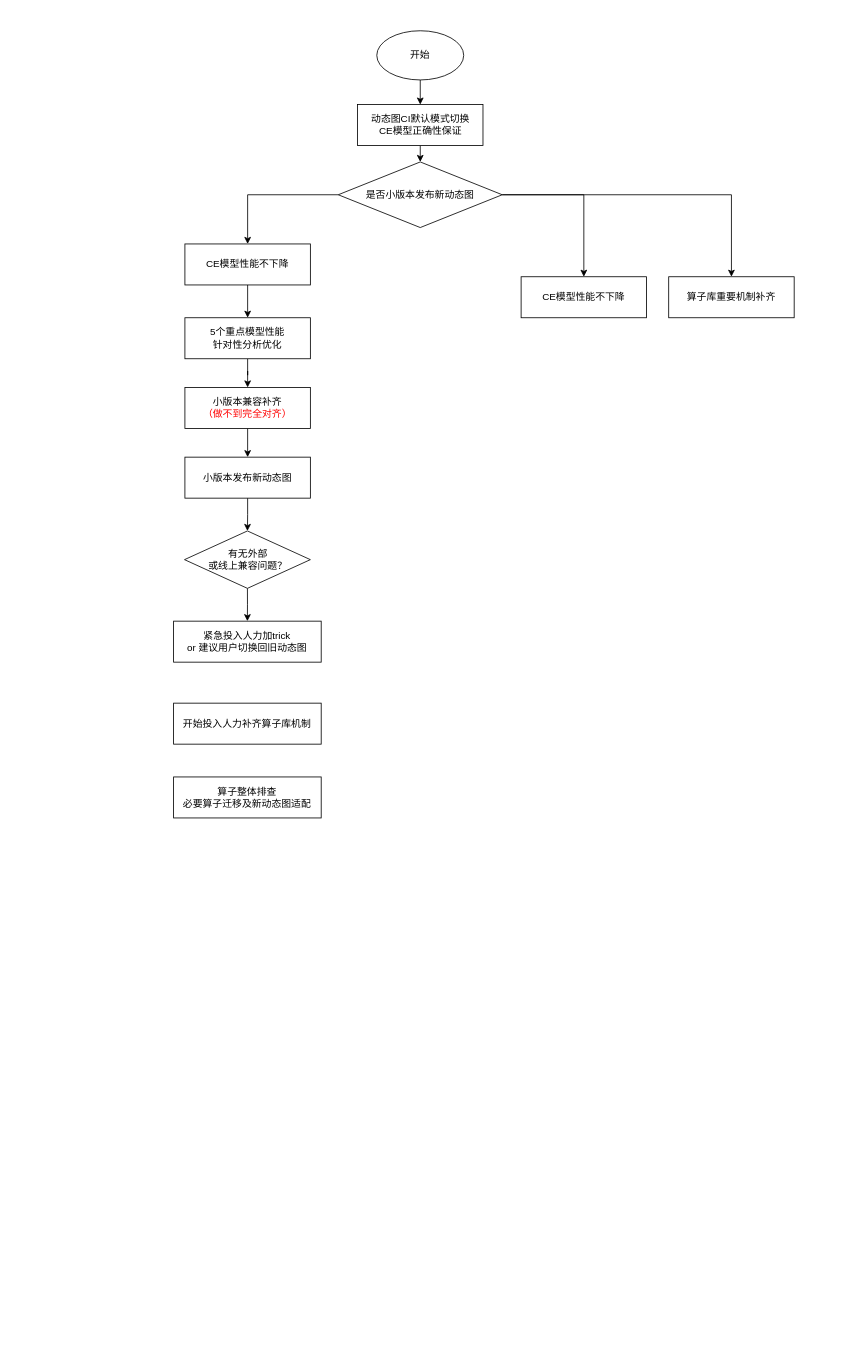
Before: project.drawio in chenwhql/diagrams, a draw.io diagram. Source tidied: cells renumbered, new cells numbered last; positions are measured from the earlier drawing's top-left corner, leaving out a move shared by most shapes. Both pictures are drawn from the tidied source at 82%, with x=0, y=0 at pixel (173, 30).
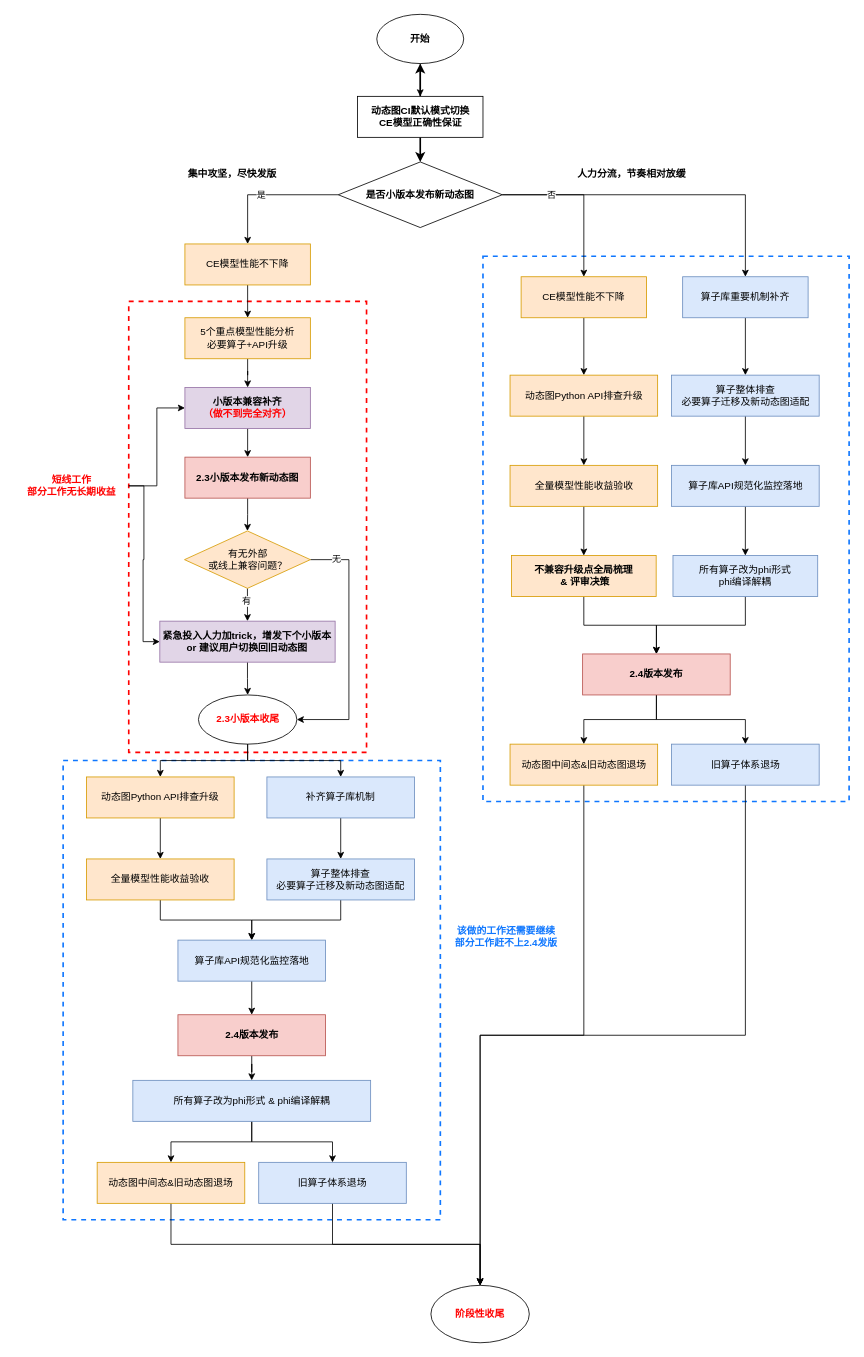
The same page after the edit.

The change refers to these unchanged cells:
```xml
<mxCell id="6" style="edgeStyle=orthogonalEdgeStyle;rounded=0;jettySize=auto;html=1;exitX=0;exitY=0.5;exitDx=0;exitDy=0;fontColor=#FF0000;" parent="1" edge="1" source="9" target="13">
  <mxGeometry relative="1" as="geometry" />
</mxCell>
<mxCell id="8" style="edgeStyle=orthogonalEdgeStyle;rounded=0;jettySize=auto;html=1;exitX=1;exitY=0.5;exitDx=0;exitDy=0;fontColor=#FF0000;" parent="1" edge="1" source="9" target="11">
  <mxGeometry relative="1" as="geometry" />
</mxCell>
<mxCell id="20" style="edgeStyle=orthogonalEdgeStyle;rounded=0;jettySize=auto;html=1;exitX=0.5;exitY=1;exitDx=0;exitDy=0;entryX=0.5;entryY=0;entryDx=0;entryDy=0;fontColor=#FF0000;" parent="1" edge="1" source="21" target="22">
  <mxGeometry relative="1" as="geometry" />
</mxCell>
```

Change to the diagram source:
```diff
@@
+    <mxCell id="25" style="rounded=0;whiteSpace=wrap;html=1;fontColor=#FF0000;fillColor=none;dashed=1;strokeColor=#0F77FF;strokeWidth=2;" parent="1" vertex="1">
+      <mxGeometry x="-134.5" y="890" width="460" height="560" as="geometry" />
+    </mxCell>
+    <mxCell id="26" style="rounded=0;whiteSpace=wrap;html=1;fontColor=#FF0000;fillColor=none;dashed=1;strokeColor=#0F77FF;strokeWidth=2;" parent="1" vertex="1">
+      <mxGeometry x="377.5" y="275" width="446.5" height="665" as="geometry" />
+    </mxCell>
+    <mxCell id="27" style="rounded=0;whiteSpace=wrap;html=1;fontColor=#FF0000;fillColor=none;dashed=1;strokeColor=#FF0000;strokeWidth=2;" parent="1" vertex="1">
+      <mxGeometry x="-54.5" y="330" width="290" height="550" as="geometry" />
+    </mxCell>
@@
-    <mxCell id="3" value="开始" style="ellipse;whiteSpace=wrap;html=1;" parent="1" vertex="1">
-      <mxGeometry x="248" width="106" height="60" as="geometry" />
+    <mxCell id="3" value="开始" style="ellipse;whiteSpace=wrap;html=1;fontStyle=1;" parent="1" vertex="1">
+      <mxGeometry x="248" y="-20" width="106" height="60" as="geometry" />
     </mxCell>
-    <mxCell id="4" style="edgeStyle=orthogonalEdgeStyle;rounded=0;jettySize=auto;html=1;exitX=0.5;exitY=1;exitDx=0;exitDy=0;entryX=0.5;entryY=0;entryDx=0;entryDy=0;" parent="1" edge="1" source="5" target="9">
+    <mxCell id="4" style="edgeStyle=orthogonalEdgeStyle;rounded=0;jettySize=auto;html=1;exitX=0.5;exitY=1;exitDx=0;exitDy=0;entryX=0.5;entryY=0;entryDx=0;entryDy=0;strokeWidth=2;" parent="1" edge="1" source="5" target="9">
       <mxGeometry relative="1" as="geometry" />
     </mxCell>
+    <mxCell id="28" style="edgeStyle=orthogonalEdgeStyle;rounded=0;jettySize=auto;html=1;fontColor=#CC99FF;strokeWidth=2;" parent="1" edge="1" source="5" target="3">
+      <mxGeometry relative="1" as="geometry" />
+    </mxCell>
-    <mxCell id="5" value="动态图CI默认模式切换&lt;br&gt;CE模型正确性保证" style="rounded=0;whiteSpace=wrap;html=1;" parent="1" vertex="1">
-      <mxGeometry x="224.5" y="90" width="153" height="50" as="geometry" />
+    <mxCell id="5" value="动态图CI默认模式切换&lt;br&gt;CE模型正确性保证" style="rounded=0;whiteSpace=wrap;html=1;fontStyle=1;" parent="1" vertex="1">
+      <mxGeometry x="224.5" y="80" width="153" height="50" as="geometry" />
     </mxCell>
@@
+    <mxCell id="29" value="&lt;font color=&quot;#000000&quot;&gt;是&lt;/font&gt;" style="edgeLabel;html=1;align=center;verticalAlign=middle;fontColor=#CC99FF;" parent="6" vertex="1">
+      <mxGeometry x="0.12" relative="1" as="geometry" />
+    </mxCell>
@@
+    <mxCell id="30" value="否" style="edgeLabel;html=1;align=center;verticalAlign=middle;fontColor=#000000;" parent="8" vertex="1">
+      <mxGeometry x="-0.7" relative="1" as="geometry" />
+    </mxCell>
-    <mxCell id="9" value="是否小版本发布新动态图" style="rhombus;whiteSpace=wrap;html=1;" parent="1" vertex="1">
+    <mxCell id="9" value="是否小版本发布新动态图" style="rhombus;whiteSpace=wrap;html=1;fontStyle=1;" parent="1" vertex="1">
       <mxGeometry x="201" y="160" width="200" height="80" as="geometry" />
     </mxCell>
+    <mxCell id="31" style="edgeStyle=orthogonalEdgeStyle;rounded=0;jettySize=auto;html=1;exitX=0.5;exitY=1;exitDx=0;exitDy=0;fontColor=#FF0000;" parent="1" edge="1" source="10" target="44">
+      <mxGeometry relative="1" as="geometry" />
+    </mxCell>
-    <mxCell id="10" value="CE模型性能不下降" style="rounded=0;whiteSpace=wrap;html=1;" parent="1" vertex="1">
+    <mxCell id="10" value="CE模型性能不下降" style="rounded=0;whiteSpace=wrap;html=1;fillColor=#ffe6cc;strokeColor=#d79b00;" parent="1" vertex="1">
       <mxGeometry x="424" y="300" width="153" height="50" as="geometry" />
     </mxCell>
+    <mxCell id="32" style="edgeStyle=orthogonalEdgeStyle;rounded=0;jettySize=auto;html=1;exitX=0.5;exitY=1;exitDx=0;exitDy=0;fontColor=#FF0000;" parent="1" edge="1" source="11" target="40">
+      <mxGeometry relative="1" as="geometry" />
+    </mxCell>
-    <mxCell id="11" value="算子库重要机制补齐" style="rounded=0;whiteSpace=wrap;html=1;" parent="1" vertex="1">
-      <mxGeometry x="604" y="300" width="153" height="50" as="geometry" />
+    <mxCell id="11" value="算子库重要机制补齐" style="rounded=0;whiteSpace=wrap;html=1;fillColor=#dae8fc;strokeColor=#6c8ebf;" parent="1" vertex="1">
+      <mxGeometry x="621" y="300" width="153" height="50" as="geometry" />
     </mxCell>
@@
-    <mxCell id="13" value="CE模型性能不下降" style="rounded=0;whiteSpace=wrap;html=1;" parent="1" vertex="1">
+    <mxCell id="13" value="CE模型性能不下降" style="rounded=0;whiteSpace=wrap;html=1;fillColor=#ffe6cc;strokeColor=#d79b00;" parent="1" vertex="1">
       <mxGeometry x="14" y="260" width="153" height="50" as="geometry" />
     </mxCell>
@@
-    <mxCell id="15" value="5个重点模型性能&lt;br&gt;针对性分析优化" style="rounded=0;whiteSpace=wrap;html=1;" parent="1" vertex="1">
+    <mxCell id="15" value="5个重点模型性能分析&lt;br&gt;必要算子+API升级" style="rounded=0;whiteSpace=wrap;html=1;fillColor=#ffe6cc;strokeColor=#d79b00;" parent="1" vertex="1">
       <mxGeometry x="14" y="350" width="153" height="50" as="geometry" />
     </mxCell>
@@
-    <mxCell id="17" value="小版本兼容补齐&lt;br&gt;&lt;font color=&quot;#ff0000&quot;&gt;（做不到完全对齐）&lt;/font&gt;" style="rounded=0;whiteSpace=wrap;html=1;" parent="1" vertex="1">
+    <mxCell id="17" value="小版本兼容补齐&lt;br&gt;&lt;font color=&quot;#ff0000&quot;&gt;（做不到完全对齐）&lt;/font&gt;" style="rounded=0;whiteSpace=wrap;html=1;fillColor=#e1d5e7;strokeColor=#9673a6;fontStyle=1;" parent="1" vertex="1">
       <mxGeometry x="14" y="435" width="153" height="50" as="geometry" />
     </mxCell>
@@
-    <mxCell id="19" value="小版本发布新动态图" style="rounded=0;whiteSpace=wrap;html=1;" parent="1" vertex="1">
+    <mxCell id="19" value="2.3小版本发布新动态图" style="rounded=0;whiteSpace=wrap;html=1;fillColor=#f8cecc;strokeColor=#b85450;fontStyle=1;" parent="1" vertex="1">
       <mxGeometry x="14" y="520" width="153" height="50" as="geometry" />
     </mxCell>
@@
+    <mxCell id="33" value="有" style="edgeLabel;html=1;align=center;verticalAlign=middle;fontColor=#000000;" parent="20" vertex="1">
+      <mxGeometry x="-0.26" y="-2" relative="1" as="geometry" />
+    </mxCell>
+    <mxCell id="34" style="edgeStyle=orthogonalEdgeStyle;rounded=0;jettySize=auto;html=1;exitX=1;exitY=0.5;exitDx=0;exitDy=0;entryX=1;entryY=0.5;entryDx=0;entryDy=0;fontColor=#000000;strokeWidth=1;" parent="1" edge="1" source="21" target="73">
+      <mxGeometry relative="1" as="geometry">
+        <Array as="points">
+          <mxPoint x="214" y="645" />
+          <mxPoint x="214" y="840" />
+        </Array>
+      </mxGeometry>
+    </mxCell>
+    <mxCell id="35" value="无" style="edgeLabel;html=1;align=center;verticalAlign=middle;fontColor=#000000;" parent="34" vertex="1">
+      <mxGeometry x="-0.8" y="2" relative="1" as="geometry" />
+    </mxCell>
-    <mxCell id="21" value="有无外部&lt;br&gt;或线上兼容问题？" style="rhombus;whiteSpace=wrap;html=1;" parent="1" vertex="1">
+    <mxCell id="21" value="有无外部&lt;br&gt;或线上兼容问题？" style="rhombus;whiteSpace=wrap;html=1;fillColor=#ffe6cc;strokeColor=#d79b00;" parent="1" vertex="1">
       <mxGeometry x="13.5" y="610" width="153.5" height="70" as="geometry" />
     </mxCell>
+    <mxCell id="36" style="edgeStyle=orthogonalEdgeStyle;rounded=0;jettySize=auto;html=1;exitX=0.5;exitY=1;exitDx=0;exitDy=0;entryX=0.5;entryY=0;entryDx=0;entryDy=0;fontColor=#FF0000;" parent="1" edge="1" source="22" target="73">
+      <mxGeometry relative="1" as="geometry" />
+    </mxCell>
-    <mxCell id="22" value="紧急投入人力加trick&lt;br&gt;or 建议用户切换回旧动态图" style="rounded=0;whiteSpace=wrap;html=1;" parent="1" vertex="1">
-      <mxGeometry x="0.2" y="720" width="180" height="50" as="geometry" />
+    <mxCell id="22" value="紧急投入人力加trick，增发下个小版本&lt;br&gt;or 建议用户切换回旧动态图" style="rounded=0;whiteSpace=wrap;html=1;fillColor=#e1d5e7;strokeColor=#9673a6;fontStyle=1;" parent="1" vertex="1">
+      <mxGeometry x="-16.6" y="720" width="213.8" height="50" as="geometry" />
     </mxCell>
+    <mxCell id="37" style="edgeStyle=orthogonalEdgeStyle;rounded=0;jettySize=auto;html=1;exitX=0.5;exitY=1;exitDx=0;exitDy=0;fontColor=#FF0000;" parent="1" edge="1" source="23" target="24">
+      <mxGeometry relative="1" as="geometry" />
+    </mxCell>
-    <mxCell id="23" value="开始投入人力补齐算子库机制" style="rounded=0;whiteSpace=wrap;html=1;" parent="1" vertex="1">
-      <mxGeometry x="0.2" y="820" width="180" height="50" as="geometry" />
+    <mxCell id="23" value="补齐算子库机制" style="rounded=0;whiteSpace=wrap;html=1;fillColor=#dae8fc;strokeColor=#6c8ebf;" parent="1" vertex="1">
+      <mxGeometry x="114" y="910" width="180" height="50" as="geometry" />
     </mxCell>
+    <mxCell id="38" style="edgeStyle=orthogonalEdgeStyle;rounded=0;jettySize=auto;html=1;exitX=0.5;exitY=1;exitDx=0;exitDy=0;entryX=0.5;entryY=0;entryDx=0;entryDy=0;fontColor=#FF0000;" parent="1" edge="1" source="24" target="70">
+      <mxGeometry relative="1" as="geometry" />
+    </mxCell>
-    <mxCell id="24" value="算子整体排查&lt;br&gt;必要算子迁移及新动态图适配" style="rounded=0;whiteSpace=wrap;html=1;" parent="1" vertex="1">
-      <mxGeometry x="0.2" y="910" width="180" height="50" as="geometry" />
+    <mxCell id="24" value="算子整体排查&lt;br&gt;必要算子迁移及新动态图适配" style="rounded=0;whiteSpace=wrap;html=1;fillColor=#dae8fc;strokeColor=#6c8ebf;" parent="1" vertex="1">
+      <mxGeometry x="114" y="1010" width="180" height="50" as="geometry" />
     </mxCell>
+    <mxCell id="39" style="edgeStyle=orthogonalEdgeStyle;rounded=0;jettySize=auto;html=1;exitX=0.5;exitY=1;exitDx=0;exitDy=0;entryX=0.5;entryY=0;entryDx=0;entryDy=0;fontColor=#FF0000;" parent="1" edge="1" source="40" target="46">
+      <mxGeometry relative="1" as="geometry" />
+    </mxCell>
+    <mxCell id="40" value="算子整体排查&lt;br&gt;必要算子迁移及新动态图适配" style="rounded=0;whiteSpace=wrap;html=1;fillColor=#dae8fc;strokeColor=#6c8ebf;" parent="1" vertex="1">
+      <mxGeometry x="607.5" y="420" width="180" height="50" as="geometry" />
+    </mxCell>
+    <mxCell id="41" style="edgeStyle=orthogonalEdgeStyle;rounded=0;jettySize=auto;html=1;exitX=0.5;exitY=1;exitDx=0;exitDy=0;entryX=0.5;entryY=0;entryDx=0;entryDy=0;fontColor=#FF0000;" parent="1" edge="1" source="42" target="50">
+      <mxGeometry relative="1" as="geometry" />
+    </mxCell>
+    <mxCell id="42" value="动态图Python API排查升级" style="rounded=0;whiteSpace=wrap;html=1;fillColor=#ffe6cc;strokeColor=#d79b00;" parent="1" vertex="1">
+      <mxGeometry x="-106" y="910" width="180" height="50" as="geometry" />
+    </mxCell>
+    <mxCell id="43" style="edgeStyle=orthogonalEdgeStyle;rounded=0;jettySize=auto;html=1;exitX=0.5;exitY=1;exitDx=0;exitDy=0;fontColor=#FF0000;" parent="1" edge="1" source="44" target="48">
+      <mxGeometry relative="1" as="geometry" />
+    </mxCell>
+    <mxCell id="44" value="动态图Python API排查升级" style="rounded=0;whiteSpace=wrap;html=1;fillColor=#ffe6cc;strokeColor=#d79b00;" parent="1" vertex="1">
+      <mxGeometry x="410.5" y="420" width="180" height="50" as="geometry" />
+    </mxCell>
+    <mxCell id="45" style="edgeStyle=orthogonalEdgeStyle;rounded=0;jettySize=auto;html=1;exitX=0.5;exitY=1;exitDx=0;exitDy=0;entryX=0.5;entryY=0;entryDx=0;entryDy=0;fontColor=#FF0000;" parent="1" edge="1" source="46" target="52">
+      <mxGeometry relative="1" as="geometry" />
+    </mxCell>
+    <mxCell id="46" value="算子库API规范化监控落地" style="rounded=0;whiteSpace=wrap;html=1;fillColor=#dae8fc;strokeColor=#6c8ebf;" parent="1" vertex="1">
+      <mxGeometry x="607.5" y="530" width="180" height="50" as="geometry" />
+    </mxCell>
+    <mxCell id="47" style="edgeStyle=orthogonalEdgeStyle;rounded=0;jettySize=auto;html=1;exitX=0.5;exitY=1;exitDx=0;exitDy=0;entryX=0.5;entryY=0;entryDx=0;entryDy=0;fontColor=#FF0000;" parent="1" edge="1" source="48" target="79">
+      <mxGeometry relative="1" as="geometry" />
+    </mxCell>
+    <mxCell id="48" value="全量模型性能收益验收" style="rounded=0;whiteSpace=wrap;html=1;fillColor=#ffe6cc;strokeColor=#d79b00;" parent="1" vertex="1">
+      <mxGeometry x="410.5" y="530" width="180" height="50" as="geometry" />
+    </mxCell>
+    <mxCell id="49" style="edgeStyle=orthogonalEdgeStyle;rounded=0;jettySize=auto;html=1;exitX=0.5;exitY=1;exitDx=0;exitDy=0;entryX=0.5;entryY=0;entryDx=0;entryDy=0;fontColor=#FF0000;" parent="1" edge="1" source="50" target="70">
+      <mxGeometry relative="1" as="geometry" />
+    </mxCell>
+    <mxCell id="50" value="全量模型性能收益验收" style="rounded=0;whiteSpace=wrap;html=1;fillColor=#ffe6cc;strokeColor=#d79b00;" parent="1" vertex="1">
+      <mxGeometry x="-106" y="1010" width="180" height="50" as="geometry" />
+    </mxCell>
+    <mxCell id="51" style="edgeStyle=orthogonalEdgeStyle;rounded=0;jettySize=auto;html=1;exitX=0.5;exitY=1;exitDx=0;exitDy=0;fontColor=#FF0000;" parent="1" edge="1" source="52" target="59">
+      <mxGeometry relative="1" as="geometry" />
+    </mxCell>
+    <mxCell id="52" value="所有算子改为phi形式&lt;br&gt;phi编译解耦" style="rounded=0;whiteSpace=wrap;html=1;fillColor=#dae8fc;strokeColor=#6c8ebf;" parent="1" vertex="1">
+      <mxGeometry x="609.2" y="640" width="176.5" height="50" as="geometry" />
+    </mxCell>
+    <mxCell id="53" style="edgeStyle=orthogonalEdgeStyle;rounded=0;jettySize=auto;html=1;exitX=0.5;exitY=1;exitDx=0;exitDy=0;entryX=0.5;entryY=0;entryDx=0;entryDy=0;fontColor=#FF0000;" parent="1" edge="1" source="54" target="74">
+      <mxGeometry relative="1" as="geometry" />
+    </mxCell>
+    <mxCell id="54" value="动态图中间态&amp;amp;旧动态图退场" style="rounded=0;whiteSpace=wrap;html=1;fillColor=#ffe6cc;strokeColor=#d79b00;" parent="1" vertex="1">
+      <mxGeometry x="410.5" y="870" width="180" height="50" as="geometry" />
+    </mxCell>
+    <mxCell id="55" style="edgeStyle=orthogonalEdgeStyle;rounded=0;jettySize=auto;html=1;exitX=0.5;exitY=1;exitDx=0;exitDy=0;fontColor=#FF0000;entryX=0.5;entryY=0;entryDx=0;entryDy=0;" parent="1" edge="1" source="56" target="74">
+      <mxGeometry relative="1" as="geometry" />
+    </mxCell>
+    <mxCell id="56" value="旧算子体系退场" style="rounded=0;whiteSpace=wrap;html=1;fillColor=#dae8fc;strokeColor=#6c8ebf;" parent="1" vertex="1">
+      <mxGeometry x="607.5" y="870" width="180" height="50" as="geometry" />
+    </mxCell>
+    <mxCell id="57" style="edgeStyle=orthogonalEdgeStyle;rounded=0;jettySize=auto;html=1;exitX=0.5;exitY=1;exitDx=0;exitDy=0;fontColor=#FF0000;" parent="1" edge="1" source="59" target="54">
+      <mxGeometry relative="1" as="geometry" />
+    </mxCell>
+    <mxCell id="58" style="edgeStyle=orthogonalEdgeStyle;rounded=0;jettySize=auto;html=1;exitX=0.5;exitY=1;exitDx=0;exitDy=0;fontColor=#FF0000;" parent="1" edge="1" source="59" target="56">
+      <mxGeometry relative="1" as="geometry" />
+    </mxCell>
+    <mxCell id="59" value="2.4版本发布" style="rounded=0;whiteSpace=wrap;html=1;fillColor=#f8cecc;strokeColor=#b85450;fontStyle=1;" parent="1" vertex="1">
+      <mxGeometry x="499" y="760" width="180" height="50" as="geometry" />
+    </mxCell>
+    <mxCell id="60" style="edgeStyle=orthogonalEdgeStyle;rounded=0;jettySize=auto;html=1;exitX=0.5;exitY=1;exitDx=0;exitDy=0;fontColor=#FF0000;" parent="1" edge="1" source="62" target="64">
+      <mxGeometry relative="1" as="geometry" />
+    </mxCell>
+    <mxCell id="61" style="edgeStyle=orthogonalEdgeStyle;rounded=0;jettySize=auto;html=1;exitX=0.5;exitY=1;exitDx=0;exitDy=0;fontColor=#FF0000;" parent="1" edge="1" source="62" target="66">
+      <mxGeometry relative="1" as="geometry" />
+    </mxCell>
+    <mxCell id="62" value="所有算子改为phi形式 &amp;amp; phi编译解耦" style="rounded=0;whiteSpace=wrap;html=1;fillColor=#dae8fc;strokeColor=#6c8ebf;" parent="1" vertex="1">
+      <mxGeometry x="-49.5" y="1280" width="290" height="50" as="geometry" />
+    </mxCell>
+    <mxCell id="63" style="edgeStyle=orthogonalEdgeStyle;rounded=0;jettySize=auto;html=1;exitX=0.5;exitY=1;exitDx=0;exitDy=0;fontColor=#FF0000;" parent="1" edge="1" source="64" target="74">
+      <mxGeometry relative="1" as="geometry" />
+    </mxCell>
+    <mxCell id="64" value="动态图中间态&amp;amp;旧动态图退场" style="rounded=0;whiteSpace=wrap;html=1;fillColor=#ffe6cc;strokeColor=#d79b00;" parent="1" vertex="1">
+      <mxGeometry x="-93" y="1380" width="180" height="50" as="geometry" />
+    </mxCell>
+    <mxCell id="65" style="edgeStyle=orthogonalEdgeStyle;rounded=0;jettySize=auto;html=1;exitX=0.5;exitY=1;exitDx=0;exitDy=0;entryX=0.5;entryY=0;entryDx=0;entryDy=0;fontColor=#FF0000;" parent="1" edge="1" source="66" target="74">
+      <mxGeometry relative="1" as="geometry" />
+    </mxCell>
+    <mxCell id="66" value="旧算子体系退场" style="rounded=0;whiteSpace=wrap;html=1;fillColor=#dae8fc;strokeColor=#6c8ebf;" parent="1" vertex="1">
+      <mxGeometry x="104" y="1380" width="180" height="50" as="geometry" />
+    </mxCell>
+    <mxCell id="67" style="edgeStyle=orthogonalEdgeStyle;rounded=0;jettySize=auto;html=1;exitX=0.5;exitY=1;exitDx=0;exitDy=0;fontColor=#FF0000;" parent="1" edge="1" source="68" target="62">
+      <mxGeometry relative="1" as="geometry" />
+    </mxCell>
+    <mxCell id="68" value="2.4版本发布" style="rounded=0;whiteSpace=wrap;html=1;fontStyle=1;fillColor=#f8cecc;strokeColor=#b85450;" parent="1" vertex="1">
+      <mxGeometry x="5.5" y="1200" width="180" height="50" as="geometry" />
+    </mxCell>
+    <mxCell id="69" style="edgeStyle=orthogonalEdgeStyle;rounded=0;jettySize=auto;html=1;exitX=0.5;exitY=1;exitDx=0;exitDy=0;entryX=0.5;entryY=0;entryDx=0;entryDy=0;fontColor=#FF0000;" parent="1" edge="1" source="70" target="68">
+      <mxGeometry relative="1" as="geometry" />
+    </mxCell>
+    <mxCell id="70" value="算子库API规范化监控落地" style="rounded=0;whiteSpace=wrap;html=1;fillColor=#dae8fc;strokeColor=#6c8ebf;" parent="1" vertex="1">
+      <mxGeometry x="5.5" y="1109" width="180" height="50" as="geometry" />
+    </mxCell>
+    <mxCell id="71" style="edgeStyle=orthogonalEdgeStyle;rounded=0;jettySize=auto;html=1;exitX=0.5;exitY=1;exitDx=0;exitDy=0;fontColor=#FF0000;" parent="1" edge="1" source="73" target="42">
+      <mxGeometry relative="1" as="geometry" />
+    </mxCell>
+    <mxCell id="72" style="edgeStyle=orthogonalEdgeStyle;rounded=0;jettySize=auto;html=1;exitX=0.5;exitY=1;exitDx=0;exitDy=0;fontColor=#FF0000;" parent="1" edge="1" source="73" target="23">
+      <mxGeometry relative="1" as="geometry" />
+    </mxCell>
+    <mxCell id="73" value="2.3小版本收尾" style="ellipse;whiteSpace=wrap;html=1;fontColor=#FF0000;fillColor=none;fontStyle=1;" parent="1" vertex="1">
+      <mxGeometry x="30.5" y="810" width="120" height="60" as="geometry" />
+    </mxCell>
+    <mxCell id="74" value="阶段性收尾" style="ellipse;whiteSpace=wrap;html=1;fontColor=#FF0000;fillColor=none;fontStyle=1;" parent="1" vertex="1">
+      <mxGeometry x="314" y="1530" width="120" height="70" as="geometry" />
+    </mxCell>
+    <mxCell id="75" style="edgeStyle=orthogonalEdgeStyle;rounded=0;jettySize=auto;html=1;entryX=0;entryY=0.5;entryDx=0;entryDy=0;fontColor=#FF0000;" parent="1" edge="1" source="77" target="17">
+      <mxGeometry relative="1" as="geometry" />
+    </mxCell>
+    <mxCell id="76" style="edgeStyle=orthogonalEdgeStyle;rounded=0;jettySize=auto;html=1;entryX=0;entryY=0.5;entryDx=0;entryDy=0;fontColor=#FF0000;" parent="1" edge="1" source="77" target="22">
+      <mxGeometry relative="1" as="geometry">
+        <Array as="points">
+          <mxPoint x="-36" y="555" />
+          <mxPoint x="-36" y="645" />
+          <mxPoint x="-37" y="645" />
+          <mxPoint x="-37" y="745" />
+        </Array>
+      </mxGeometry>
+    </mxCell>
+    <mxCell id="77" value="短线工作&lt;br&gt;部分工作无长期收益" style="text;html=1;strokeColor=none;fillColor=none;align=center;verticalAlign=middle;whiteSpace=wrap;rounded=0;dashed=1;fontColor=#FF0000;fontStyle=1;" parent="1" vertex="1">
+      <mxGeometry x="-194.5" y="540" width="140" height="30" as="geometry" />
+    </mxCell>
+    <mxCell id="78" style="edgeStyle=orthogonalEdgeStyle;rounded=0;jettySize=auto;html=1;exitX=0.5;exitY=1;exitDx=0;exitDy=0;entryX=0.5;entryY=0;entryDx=0;entryDy=0;fontColor=#FF0000;" parent="1" edge="1" source="79" target="59">
+      <mxGeometry relative="1" as="geometry" />
+    </mxCell>
+    <mxCell id="79" value="不兼容升级点全局梳理&lt;br&gt;&amp;nbsp;&amp;amp; 评审决策" style="rounded=0;whiteSpace=wrap;html=1;fillColor=#ffe6cc;strokeColor=#d79b00;fontStyle=1;" parent="1" vertex="1">
+      <mxGeometry x="412.2" y="640" width="176.5" height="50" as="geometry" />
+    </mxCell>
+    <mxCell id="80" value="该做的工作还需要继续&lt;br&gt;部分工作赶不上2.4发版" style="text;html=1;strokeColor=none;fillColor=none;align=center;verticalAlign=middle;whiteSpace=wrap;rounded=0;dashed=1;fontColor=#0F77FF;fontStyle=1;" parent="1" vertex="1">
+      <mxGeometry x="325.5" y="1090" width="160" height="30" as="geometry" />
+    </mxCell>
+    <mxCell id="81" value="人力分流，节奏相对放缓" style="text;html=1;strokeColor=none;fillColor=none;align=center;verticalAlign=middle;whiteSpace=wrap;rounded=0;dashed=1;fontColor=#000000;fontStyle=1;" parent="1" vertex="1">
+      <mxGeometry x="464" y="160" width="190" height="30" as="geometry" />
+    </mxCell>
+    <mxCell id="82" value="集中攻坚，尽快发版" style="text;html=1;strokeColor=none;fillColor=none;align=center;verticalAlign=middle;whiteSpace=wrap;rounded=0;dashed=1;fontColor=#000000;fontStyle=1;" parent="1" vertex="1">
+      <mxGeometry x="-23" y="160" width="190" height="30" as="geometry" />
+    </mxCell>
```
